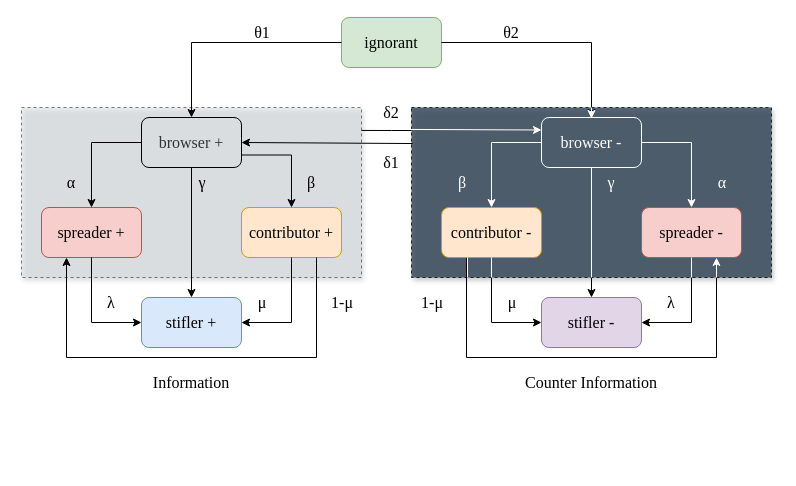
This is Copy of cms.drawio from CharmonyShen/text-to-speech, a draw.io file, before an edit. Source tidied: cells renumbered, new cells numbered last; positions are measured from the earlier drawing's top-left corner, leaving out a move shared by most shapes. Both pictures are drawn from the tidied source at 100%, with x=0, y=0 at pixel (21, 17).
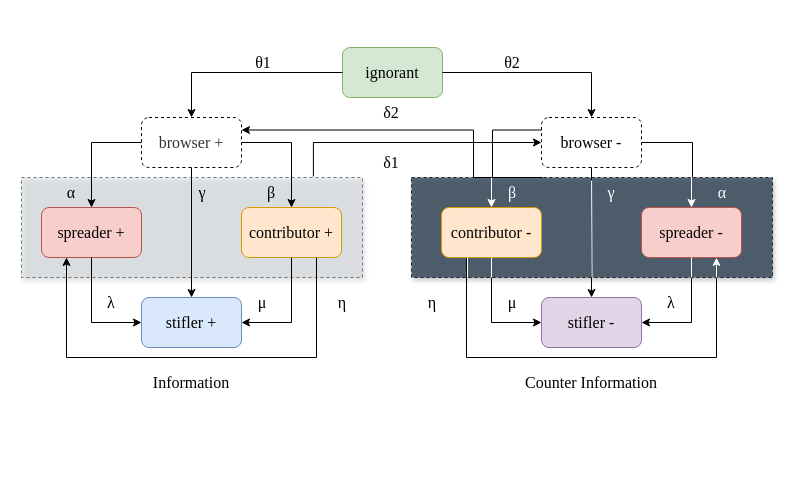
The same page after the edit.

Unchanged cells that the change refers to:
```xml
<mxCell id="6" value="&lt;font face=&quot;Times New Roman&quot; size=&quot;3&quot;&gt;contributor +&lt;br&gt;&lt;/font&gt;" style="rounded=1;whiteSpace=wrap;html=1;fillColor=#ffe6cc;strokeColor=#d79b00;" parent="1" vertex="1">
  <mxGeometry x="220" y="190" width="100" height="50" as="geometry" />
</mxCell>
```

Diff of the diagram source:
```diff
@@
     <mxCell id="2" style="rounded=0;whiteSpace=wrap;html=1;glass=0;dashed=1;fillColor=#D6DBDF;opacity=50;shadow=1;" parent="1" vertex="1">
-      <mxGeometry y="90" width="340" height="170" as="geometry" />
+      <mxGeometry y="160" width="341" height="100" as="geometry" />
     </mxCell>
     <mxCell id="3" style="rounded=0;whiteSpace=wrap;html=1;glass=0;dashed=1;fillColor=#2E4053;sketch=0;shadow=1;opacity=80;" parent="1" vertex="1">
-      <mxGeometry x="390" y="90" width="360" height="170" as="geometry" />
+      <mxGeometry x="390" y="160" width="361" height="100" as="geometry" />
     </mxCell>
     <mxCell id="4" value="&lt;font face=&quot;Times New Roman&quot; style=&quot;font-size: 16px&quot;&gt;ignorant&lt;/font&gt;" style="rounded=1;whiteSpace=wrap;html=1;fillColor=#d5e8d4;strokeColor=#82b366;" parent="1" vertex="1">
-      <mxGeometry x="320" width="100" height="50" as="geometry" />
+      <mxGeometry x="321" y="30" width="100" height="50" as="geometry" />
     </mxCell>
-    <mxCell id="5" style="edgeStyle=orthogonalEdgeStyle;rounded=0;jettySize=auto;html=1;exitX=0.5;exitY=0;exitDx=0;exitDy=0;entryX=1;entryY=0.75;entryDx=0;entryDy=0;startArrow=classic;startFill=1;endArrow=none;endFill=0;strokeColor=#000000;" parent="1" edge="1" source="6" target="19">
+    <mxCell id="5" style="edgeStyle=orthogonalEdgeStyle;rounded=0;jettySize=auto;html=1;exitX=0.5;exitY=0;exitDx=0;exitDy=0;entryX=1;entryY=0.5;entryDx=0;entryDy=0;startArrow=classic;startFill=1;endArrow=none;endFill=0;strokeColor=#000000;" parent="1" edge="1" source="6" target="19">
       <mxGeometry relative="1" as="geometry" />
     </mxCell>
@@
-    <mxCell id="19" value="&lt;font face=&quot;Times New Roman&quot; size=&quot;3&quot;&gt;browser +&lt;br&gt;&lt;/font&gt;" style="rounded=1;whiteSpace=wrap;html=1;fillColor=none;strokeColor=default;sketch=0;shadow=0;glass=0;fontColor=#333333;gradientColor=#ffffff;" parent="1" vertex="1">
+    <mxCell id="19" value="&lt;font face=&quot;Times New Roman&quot; size=&quot;3&quot;&gt;browser +&lt;br&gt;&lt;/font&gt;" style="rounded=1;whiteSpace=wrap;html=1;fillColor=none;strokeColor=default;sketch=0;shadow=0;glass=0;fontColor=#333333;gradientColor=#ffffff;dashed=1;" parent="1" vertex="1">
       <mxGeometry x="120" y="100" width="100" height="50" as="geometry" />
     </mxCell>
     <mxCell id="20" style="endArrow=none;html=1;rounded=0;strokeColor=#FFFFFF;" parent="1" edge="1">
       <mxGeometry relative="1" as="geometry">
-        <mxPoint x="61" y="420" as="sourcePoint" />
-        <mxPoint x="111" y="370" as="targetPoint" />
+        <mxPoint x="62" y="450" as="sourcePoint" />
+        <mxPoint x="112" y="400" as="targetPoint" />
       </mxGeometry>
     </mxCell>
@@
-    <mxCell id="26" style="edgeStyle=orthogonalEdgeStyle;rounded=0;jettySize=auto;html=1;exitX=0.5;exitY=0;exitDx=0;exitDy=0;entryX=1;entryY=0.5;entryDx=0;entryDy=0;startArrow=classic;startFill=1;endArrow=none;endFill=0;strokeColor=#000000;" parent="1" edge="1" source="27" target="4">
+    <mxCell id="26" style="edgeStyle=orthogonalEdgeStyle;rounded=0;jettySize=auto;html=1;entryX=1;entryY=0.5;entryDx=0;entryDy=0;startArrow=classic;startFill=1;endArrow=none;endFill=0;strokeColor=#000000;exitX=0.5;exitY=0;exitDx=0;exitDy=0;" parent="1" edge="1" source="27" target="4">
       <mxGeometry relative="1" as="geometry" />
     </mxCell>
-    <mxCell id="27" value="&lt;font face=&quot;Times New Roman&quot; size=&quot;3&quot;&gt;&lt;font color=&quot;#ffffff&quot;&gt;browser -&lt;/font&gt;&lt;br&gt;&lt;/font&gt;" style="rounded=1;whiteSpace=wrap;html=1;fillColor=none;strokeColor=#FFFFFF;fontColor=#333333;gradientColor=#ffffff;" parent="1" vertex="1">
+    <mxCell id="27" value="&lt;font face=&quot;Times New Roman&quot; size=&quot;3&quot;&gt;&lt;font color=&quot;#000000&quot;&gt;browser -&lt;/font&gt;&lt;br&gt;&lt;/font&gt;" style="rounded=1;whiteSpace=wrap;html=1;fillColor=none;strokeColor=#000000;fontColor=#333333;gradientColor=#ffffff;dashed=1;" parent="1" vertex="1">
       <mxGeometry x="520" y="100" width="100" height="50" as="geometry" />
     </mxCell>
@@
-    <mxCell id="33" style="endArrow=classic;html=1;rounded=0;strokeColor=#FFFFFF;entryX=0;entryY=0.25;entryDx=0;entryDy=0;exitX=-0.011;exitY=0.129;exitDx=0;exitDy=0;exitPerimeter=0;" parent="1" edge="1" source="3" target="27">
-      <mxGeometry relative="1" as="geometry" />
-    </mxCell>
-    <mxCell id="34" style="endArrow=none;html=1;rounded=0;strokeColor=#000000;exitX=1;exitY=0.135;exitDx=0;exitDy=0;exitPerimeter=0;" parent="1" edge="1" source="2">
-      <mxGeometry relative="1" as="geometry">
-        <mxPoint x="390" y="113" as="targetPoint" />
-        <Array as="points">
-          <mxPoint x="370" y="113" />
-        </Array>
-      </mxGeometry>
-    </mxCell>
-    <mxCell id="35" style="endArrow=classic;html=1;rounded=0;strokeColor=#000000;entryX=1;entryY=0.5;entryDx=0;entryDy=0;exitX=0.003;exitY=0.212;exitDx=0;exitDy=0;exitPerimeter=0;" parent="1" edge="1" source="3" target="19">
-      <mxGeometry relative="1" as="geometry" />
-    </mxCell>
-    <mxCell id="36" style="endArrow=classic;html=1;rounded=0;strokeColor=#FFFFFF;startArrow=none;startFill=0;endFill=1;" parent="1" edge="1">
-      <mxGeometry relative="1" as="geometry">
-        <mxPoint x="570" y="90" as="sourcePoint" />
-        <mxPoint x="570" y="101" as="targetPoint" />
-      </mxGeometry>
-    </mxCell>
@@
     <mxCell id="39" value="θ1" style="text;html=1;strokeColor=none;fillColor=none;align=center;verticalAlign=middle;whiteSpace=wrap;rounded=0;fontFamily=Times New Roman;fontSize=16;" parent="1" vertex="1">
-      <mxGeometry x="211" width="60" height="30" as="geometry" />
+      <mxGeometry x="212" y="30" width="60" height="30" as="geometry" />
     </mxCell>
     <mxCell id="40" value="θ2" style="text;html=1;strokeColor=none;fillColor=none;align=center;verticalAlign=middle;whiteSpace=wrap;rounded=0;fontFamily=Times New Roman;fontSize=16;" parent="1" vertex="1">
-      <mxGeometry x="460" width="60" height="30" as="geometry" />
+      <mxGeometry x="461" y="30" width="60" height="30" as="geometry" />
     </mxCell>
     <mxCell id="41" value="α" style="text;html=1;strokeColor=none;fillColor=none;align=center;verticalAlign=middle;whiteSpace=wrap;rounded=0;fontFamily=Times New Roman;fontSize=16;" parent="1" vertex="1">
-      <mxGeometry x="20" y="150" width="60" height="30" as="geometry" />
+      <mxGeometry x="20" y="160" width="60" height="30" as="geometry" />
     </mxCell>
     <mxCell id="42" value="β" style="text;html=1;strokeColor=none;fillColor=none;align=center;verticalAlign=middle;whiteSpace=wrap;rounded=0;fontFamily=Times New Roman;fontSize=16;" parent="1" vertex="1">
-      <mxGeometry x="260" y="150" width="60" height="30" as="geometry" />
+      <mxGeometry x="220" y="160" width="60" height="30" as="geometry" />
     </mxCell>
     <mxCell id="43" value="γ" style="text;html=1;strokeColor=none;fillColor=none;align=center;verticalAlign=middle;whiteSpace=wrap;rounded=0;fontFamily=Times New Roman;fontSize=16;" parent="1" vertex="1">
-      <mxGeometry x="151" y="150" width="60" height="30" as="geometry" />
+      <mxGeometry x="151" y="160" width="60" height="30" as="geometry" />
     </mxCell>
     <mxCell id="44" value="α" style="text;html=1;strokeColor=none;fillColor=none;align=center;verticalAlign=middle;whiteSpace=wrap;rounded=0;fontFamily=Times New Roman;fontSize=16;fontColor=#FFFFFF;" parent="1" vertex="1">
-      <mxGeometry x="671" y="150" width="60" height="30" as="geometry" />
+      <mxGeometry x="671" y="160" width="60" height="30" as="geometry" />
     </mxCell>
     <mxCell id="45" value="β" style="text;html=1;strokeColor=none;fillColor=none;align=center;verticalAlign=middle;whiteSpace=wrap;rounded=0;fontFamily=Times New Roman;fontSize=16;fontColor=#FFFFFF;" parent="1" vertex="1">
-      <mxGeometry x="411" y="150" width="60" height="30" as="geometry" />
+      <mxGeometry x="461" y="160" width="60" height="30" as="geometry" />
     </mxCell>
     <mxCell id="46" value="γ" style="text;html=1;strokeColor=none;fillColor=none;align=center;verticalAlign=middle;whiteSpace=wrap;rounded=0;fontFamily=Times New Roman;fontSize=16;fontColor=#FFFFFF;" parent="1" vertex="1">
-      <mxGeometry x="560" y="150" width="60" height="30" as="geometry" />
+      <mxGeometry x="560" y="160" width="60" height="30" as="geometry" />
     </mxCell>
@@
-    <mxCell id="53" value="1-μ" style="text;html=1;strokeColor=none;fillColor=none;align=center;verticalAlign=middle;whiteSpace=wrap;rounded=0;fontFamily=Times New Roman;fontSize=16;" parent="1" vertex="1">
+    <mxCell id="53" value="η" style="text;html=1;strokeColor=none;fillColor=none;align=center;verticalAlign=middle;whiteSpace=wrap;rounded=0;fontFamily=Times New Roman;fontSize=16;" parent="1" vertex="1">
       <mxGeometry x="291" y="270" width="60" height="30" as="geometry" />
     </mxCell>
-    <mxCell id="54" value="1-μ" style="text;html=1;strokeColor=none;fillColor=none;align=center;verticalAlign=middle;whiteSpace=wrap;rounded=0;fontFamily=Times New Roman;fontSize=16;" parent="1" vertex="1">
+    <mxCell id="54" value="η" style="text;html=1;strokeColor=none;fillColor=none;align=center;verticalAlign=middle;whiteSpace=wrap;rounded=0;fontFamily=Times New Roman;fontSize=16;" parent="1" vertex="1">
       <mxGeometry x="381" y="270" width="60" height="30" as="geometry" />
     </mxCell>
+    <mxCell id="55" style="endArrow=classic;html=1;rounded=0;fontFamily=Times New Roman;fontSize=16;fontColor=#000000;strokeColor=#000000;exitX=0.856;exitY=-0.01;exitDx=0;exitDy=0;entryX=0;entryY=0.5;entryDx=0;entryDy=0;edgeStyle=orthogonalEdgeStyle;exitPerimeter=0;" parent="1" edge="1" source="2" target="27">
+      <mxGeometry relative="1" as="geometry" />
+    </mxCell>
+    <mxCell id="56" style="endArrow=none;html=1;rounded=0;fontFamily=Times New Roman;fontSize=16;fontColor=#000000;strokeColor=#000000;endFill=0;exitX=1;exitY=0;exitDx=0;exitDy=0;entryX=0;entryY=0.25;entryDx=0;entryDy=0;edgeStyle=orthogonalEdgeStyle;" parent="1" edge="1" source="45" target="27">
+      <mxGeometry relative="1" as="geometry">
+        <Array as="points">
+          <mxPoint x="471" y="113" />
+        </Array>
+      </mxGeometry>
+    </mxCell>
+    <mxCell id="57" style="endArrow=none;html=1;rounded=0;fontFamily=Times New Roman;fontSize=16;fontColor=#000000;strokeColor=#000000;endFill=0;exitX=0;exitY=0;exitDx=0;exitDy=0;entryX=1;entryY=0.5;entryDx=0;entryDy=0;edgeStyle=orthogonalEdgeStyle;" parent="1" edge="1" source="44" target="27">
+      <mxGeometry relative="1" as="geometry" />
+    </mxCell>
+    <mxCell id="58" style="endArrow=none;html=1;rounded=0;fontFamily=Times New Roman;fontSize=16;fontColor=#000000;strokeColor=#000000;endFill=0;edgeStyle=orthogonalEdgeStyle;" parent="1" edge="1">
+      <mxGeometry relative="1" as="geometry">
+        <mxPoint x="570" y="163" as="sourcePoint" />
+        <mxPoint x="570" y="150" as="targetPoint" />
+      </mxGeometry>
+    </mxCell>
+    <mxCell id="59" style="endArrow=classic;html=1;rounded=0;fontFamily=Times New Roman;fontSize=16;fontColor=#000000;strokeColor=#000000;entryX=1;entryY=0.25;entryDx=0;entryDy=0;exitX=0.75;exitY=0;exitDx=0;exitDy=0;edgeStyle=orthogonalEdgeStyle;" parent="1" edge="1" source="45" target="19">
+      <mxGeometry relative="1" as="geometry">
+        <Array as="points">
+          <mxPoint x="452" y="160" />
+          <mxPoint x="452" y="113" />
+        </Array>
+      </mxGeometry>
+    </mxCell>
```
